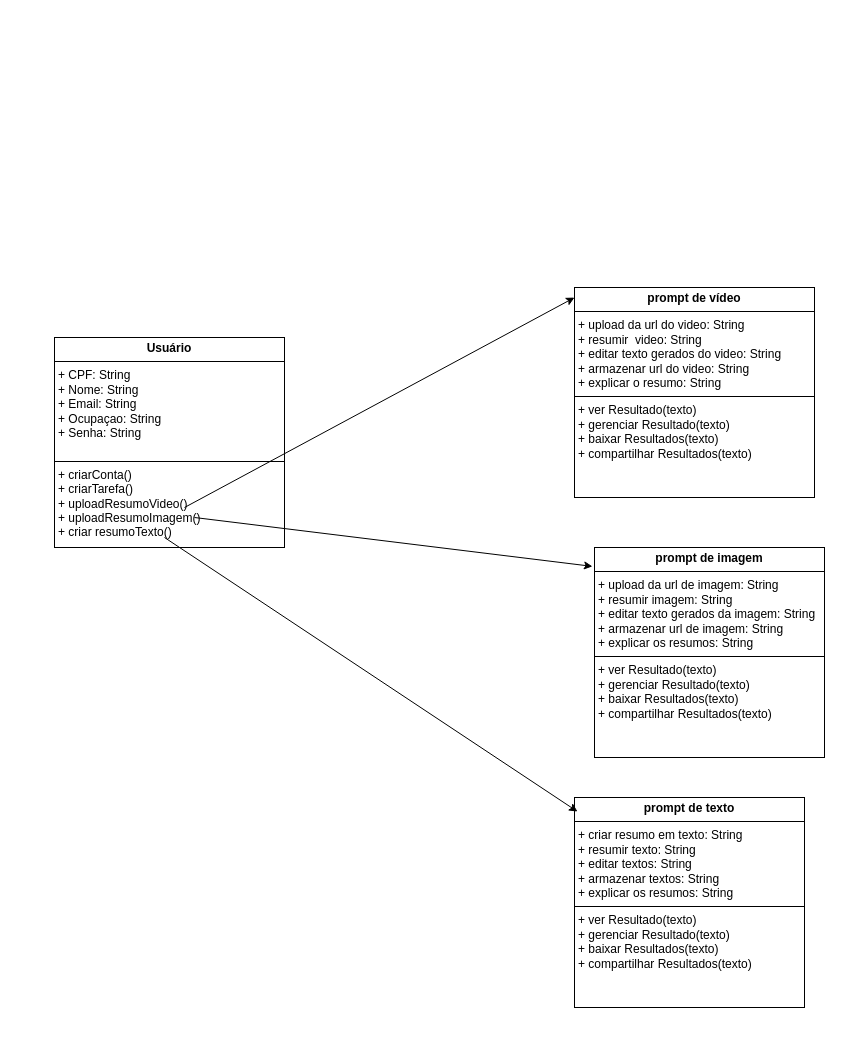
The draw.io diagram page "Classes" (5 of 6) of Diagrama sem nome.drawio in maqueto/fcwai, before the edit. Source tidied: cells renumbered, new cells numbered last; positions are measured from the earlier drawing's top-left corner, leaving out a move shared by most shapes. Both pictures are drawn from the tidied source at 100%, with x=0, y=0 at pixel (54, 287).
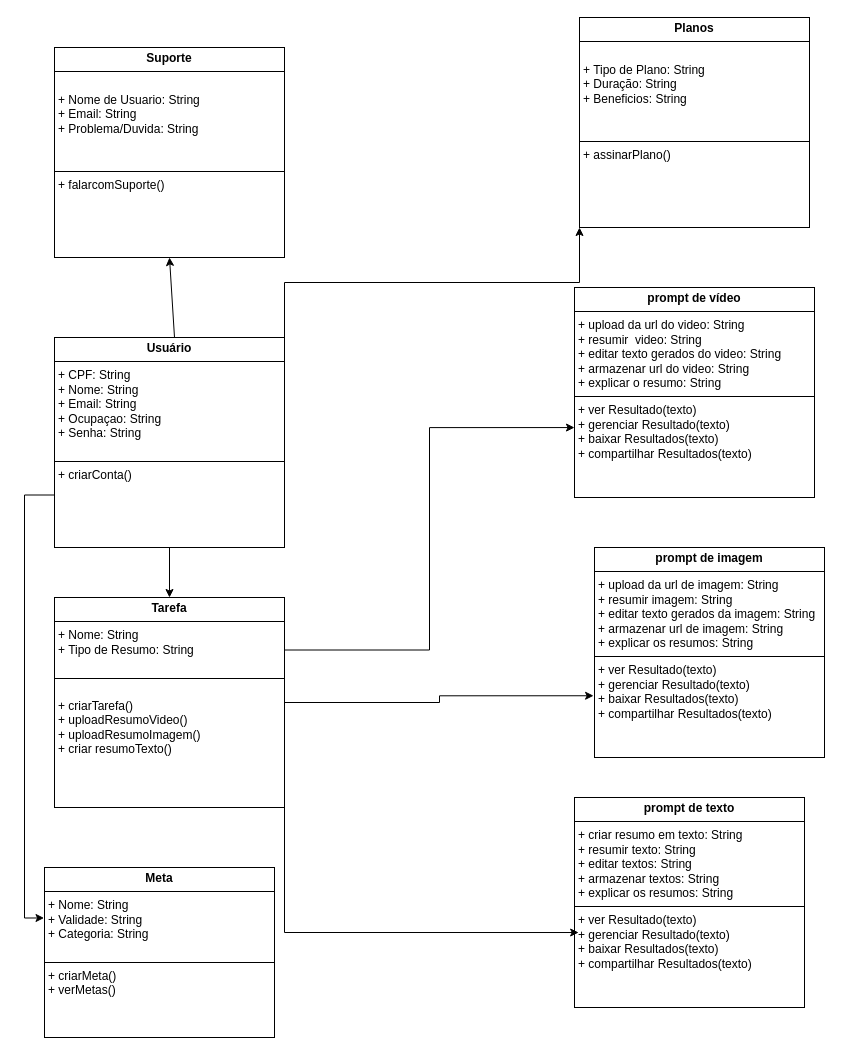
After the change.

Change to the diagram source:
```diff
@@
 <mxGraphModel>
   <root>
     <mxCell id="0" />
     <mxCell id="1" parent="0" />
     <mxCell id="2" value="&lt;p style=&quot;margin:0px;margin-top:4px;text-align:center;&quot;&gt;&lt;b&gt;prompt de texto&lt;/b&gt;&lt;/p&gt;&lt;hr size=&quot;1&quot; style=&quot;border-style:solid;&quot;&gt;&lt;p style=&quot;margin: 0px 0px 0px 4px;&quot;&gt;+ criar resumo em texto: String&lt;/p&gt;&lt;p style=&quot;margin: 0px 0px 0px 4px;&quot;&gt;+ resumir texto: String&lt;/p&gt;&lt;p style=&quot;margin: 0px 0px 0px 4px;&quot;&gt;+ editar textos: String&lt;/p&gt;&lt;p style=&quot;margin: 0px 0px 0px 4px;&quot;&gt;+ armazenar textos: String&lt;/p&gt;&lt;p style=&quot;margin: 0px 0px 0px 4px;&quot;&gt;+ explicar os resumos: String&lt;/p&gt;&lt;hr size=&quot;1&quot; style=&quot;border-style:solid;&quot;&gt;&lt;p style=&quot;margin: 0px 0px 0px 4px;&quot;&gt;+ ver Resultado(texto)&lt;br&gt;&lt;/p&gt;&lt;p style=&quot;margin: 0px 0px 0px 4px;&quot;&gt;+ gerenciar Resultado(texto)&lt;/p&gt;&lt;p style=&quot;margin: 0px 0px 0px 4px;&quot;&gt;+ baixar Resultados(texto)&lt;/p&gt;&lt;p style=&quot;margin: 0px 0px 0px 4px;&quot;&gt;+ compartilhar Resultados(texto)&lt;/p&gt;&lt;p style=&quot;margin: 0px 0px 0px 4px;&quot;&gt;&lt;br&gt;&lt;/p&gt;" style="verticalAlign=top;align=left;overflow=fill;html=1;whiteSpace=wrap;" parent="1" vertex="1">
       <mxGeometry x="520" y="510" width="230" height="210" as="geometry" />
     </mxCell>
+    <mxCell id="9" style="edgeStyle=orthogonalEdgeStyle;rounded=0;jettySize=auto;html=1;" parent="1" edge="1" source="3" target="11">
+      <mxGeometry relative="1" as="geometry" />
+    </mxCell>
+    <mxCell id="10" style="edgeStyle=orthogonalEdgeStyle;rounded=0;jettySize=auto;html=1;exitX=1;exitY=0;exitDx=0;exitDy=0;entryX=0;entryY=1;entryDx=0;entryDy=0;" parent="1" edge="1" source="3" target="19">
+      <mxGeometry relative="1" as="geometry" />
+    </mxCell>
-    <mxCell id="3" value="&lt;p style=&quot;margin:0px;margin-top:4px;text-align:center;&quot;&gt;&lt;b&gt;Usuário&lt;/b&gt;&lt;/p&gt;&lt;hr size=&quot;1&quot; style=&quot;border-style:solid;&quot;&gt;&lt;p style=&quot;margin:0px;margin-left:4px;&quot;&gt;+ CPF: String&lt;/p&gt;&lt;p style=&quot;margin:0px;margin-left:4px;&quot;&gt;+ Nome: String&lt;/p&gt;&lt;p style=&quot;margin:0px;margin-left:4px;&quot;&gt;+ Email: String&lt;/p&gt;&lt;p style=&quot;margin:0px;margin-left:4px;&quot;&gt;+ Ocupaçao: String&lt;/p&gt;&lt;p style=&quot;margin:0px;margin-left:4px;&quot;&gt;+ Senha: String&lt;/p&gt;&lt;p style=&quot;margin:0px;margin-left:4px;&quot;&gt;&lt;br&gt;&lt;/p&gt;&lt;hr size=&quot;1&quot; style=&quot;border-style:solid;&quot;&gt;&lt;p style=&quot;margin:0px;margin-left:4px;&quot;&gt;+ criarConta()&lt;/p&gt;&lt;p style=&quot;margin:0px;margin-left:4px;&quot;&gt;+ criarTarefa()&lt;/p&gt;&lt;p style=&quot;margin:0px;margin-left:4px;&quot;&gt;+ uploadResumoVideo()&lt;/p&gt;&lt;p style=&quot;margin:0px;margin-left:4px;&quot;&gt;+ uploadResumoImagem()&lt;/p&gt;&lt;p style=&quot;margin:0px;margin-left:4px;&quot;&gt;+ criar resumoTexto()&lt;/p&gt;" style="verticalAlign=top;align=left;overflow=fill;html=1;whiteSpace=wrap;" parent="1" vertex="1">
+    <mxCell id="3" value="&lt;p style=&quot;margin:0px;margin-top:4px;text-align:center;&quot;&gt;&lt;b&gt;Usuário&lt;/b&gt;&lt;/p&gt;&lt;hr size=&quot;1&quot; style=&quot;border-style:solid;&quot;&gt;&lt;p style=&quot;margin:0px;margin-left:4px;&quot;&gt;+ CPF: String&lt;/p&gt;&lt;p style=&quot;margin:0px;margin-left:4px;&quot;&gt;+ Nome: String&lt;/p&gt;&lt;p style=&quot;margin:0px;margin-left:4px;&quot;&gt;+ Email: String&lt;/p&gt;&lt;p style=&quot;margin:0px;margin-left:4px;&quot;&gt;+ Ocupaçao: String&lt;/p&gt;&lt;p style=&quot;margin:0px;margin-left:4px;&quot;&gt;+ Senha: String&lt;/p&gt;&lt;p style=&quot;margin:0px;margin-left:4px;&quot;&gt;&lt;br&gt;&lt;/p&gt;&lt;hr size=&quot;1&quot; style=&quot;border-style:solid;&quot;&gt;&lt;p style=&quot;margin:0px;margin-left:4px;&quot;&gt;+ criarConta()&lt;/p&gt;&lt;p style=&quot;margin:0px;margin-left:4px;&quot;&gt;&lt;br&gt;&lt;/p&gt;" style="verticalAlign=top;align=left;overflow=fill;html=1;whiteSpace=wrap;" parent="1" vertex="1">
       <mxGeometry y="50" width="230" height="210" as="geometry" />
     </mxCell>
     <mxCell id="4" value="&lt;p style=&quot;margin:0px;margin-top:4px;text-align:center;&quot;&gt;&lt;b&gt;prompt de imagem&lt;/b&gt;&lt;/p&gt;&lt;hr size=&quot;1&quot; style=&quot;border-style:solid;&quot;&gt;&lt;p style=&quot;margin: 0px 0px 0px 4px;&quot;&gt;+ upload da url de imagem: String&lt;/p&gt;&lt;p style=&quot;margin: 0px 0px 0px 4px;&quot;&gt;+ resumir imagem: String&lt;/p&gt;&lt;p style=&quot;margin: 0px 0px 0px 4px;&quot;&gt;+ editar texto gerados da imagem: String&lt;/p&gt;&lt;p style=&quot;margin: 0px 0px 0px 4px;&quot;&gt;+ armazenar url de imagem: String&lt;/p&gt;&lt;p style=&quot;margin: 0px 0px 0px 4px;&quot;&gt;+ explicar os resumos: String&lt;/p&gt;&lt;hr size=&quot;1&quot; style=&quot;border-style:solid;&quot;&gt;&lt;p style=&quot;margin: 0px 0px 0px 4px;&quot;&gt;+ ver Resultado(texto)&lt;br&gt;&lt;/p&gt;&lt;p style=&quot;margin: 0px 0px 0px 4px;&quot;&gt;+ gerenciar Resultado(texto)&lt;/p&gt;&lt;p style=&quot;margin: 0px 0px 0px 4px;&quot;&gt;+ baixar Resultados(texto)&lt;/p&gt;&lt;p style=&quot;margin: 0px 0px 0px 4px;&quot;&gt;+ compartilhar Resultados(texto)&lt;/p&gt;&lt;p style=&quot;margin: 0px 0px 0px 4px;&quot;&gt;&lt;br&gt;&lt;/p&gt;" style="verticalAlign=top;align=left;overflow=fill;html=1;whiteSpace=wrap;" parent="1" vertex="1">
       <mxGeometry x="540" y="260" width="230" height="210" as="geometry" />
     </mxCell>
     <mxCell id="5" value="&lt;p style=&quot;margin:0px;margin-top:4px;text-align:center;&quot;&gt;&lt;b&gt;prompt de vídeo&lt;/b&gt;&lt;/p&gt;&lt;hr size=&quot;1&quot; style=&quot;border-style:solid;&quot;&gt;&lt;p style=&quot;margin: 0px 0px 0px 4px;&quot;&gt;+ upload da url do video: String&lt;/p&gt;&lt;p style=&quot;margin: 0px 0px 0px 4px;&quot;&gt;+ resumir&amp;nbsp; video: String&lt;/p&gt;&lt;p style=&quot;margin: 0px 0px 0px 4px;&quot;&gt;+ editar texto gerados do video: String&lt;/p&gt;&lt;p style=&quot;margin: 0px 0px 0px 4px;&quot;&gt;+ armazenar url do video: String&lt;/p&gt;&lt;p style=&quot;margin: 0px 0px 0px 4px;&quot;&gt;+ explicar o resumo: String&lt;/p&gt;&lt;hr size=&quot;1&quot; style=&quot;border-style:solid;&quot;&gt;&lt;p style=&quot;margin: 0px 0px 0px 4px;&quot;&gt;+ ver Resultado(texto)&lt;br&gt;&lt;/p&gt;&lt;p style=&quot;margin: 0px 0px 0px 4px;&quot;&gt;+ gerenciar Resultado(texto)&lt;/p&gt;&lt;p style=&quot;margin: 0px 0px 0px 4px;&quot;&gt;+ baixar Resultados(texto)&lt;/p&gt;&lt;p style=&quot;margin: 0px 0px 0px 4px;&quot;&gt;+ compartilhar Resultados(texto)&lt;/p&gt;&lt;p style=&quot;margin: 0px 0px 0px 4px;&quot;&gt;&lt;br&gt;&lt;/p&gt;" style="verticalAlign=top;align=left;overflow=fill;html=1;whiteSpace=wrap;" parent="1" vertex="1">
       <mxGeometry x="520" width="240" height="210" as="geometry" />
     </mxCell>
-    <mxCell id="6" style="endArrow=classic;html=1;rounded=0;entryX=0;entryY=0.048;entryDx=0;entryDy=0;entryPerimeter=0;" parent="1" edge="1" target="5">
-      <mxGeometry relative="1" as="geometry">
-        <mxPoint x="130" y="220" as="sourcePoint" />
-      </mxGeometry>
-    </mxCell>
-    <mxCell id="7" style="endArrow=classic;html=1;rounded=0;entryX=-0.009;entryY=0.09;entryDx=0;entryDy=0;entryPerimeter=0;" parent="1" edge="1" target="4">
-      <mxGeometry relative="1" as="geometry">
-        <mxPoint x="140" y="230" as="sourcePoint" />
-      </mxGeometry>
-    </mxCell>
-    <mxCell id="8" style="endArrow=classic;html=1;rounded=0;entryX=0.013;entryY=0.067;entryDx=0;entryDy=0;entryPerimeter=0;" parent="1" edge="1" target="2">
-      <mxGeometry relative="1" as="geometry">
-        <mxPoint x="110" y="250" as="sourcePoint" />
-      </mxGeometry>
-    </mxCell>
+    <mxCell id="11" value="&lt;p style=&quot;margin:0px;margin-top:4px;text-align:center;&quot;&gt;&lt;b&gt;Tarefa&lt;/b&gt;&lt;/p&gt;&lt;hr size=&quot;1&quot; style=&quot;border-style:solid;&quot;&gt;&lt;p style=&quot;margin:0px;margin-left:4px;&quot;&gt;+ Nome: String&lt;/p&gt;&lt;p style=&quot;margin:0px;margin-left:4px;&quot;&gt;+ Tipo de Resumo: String&lt;/p&gt;&lt;p style=&quot;margin:0px;margin-left:4px;&quot;&gt;&lt;br&gt;&lt;/p&gt;&lt;hr size=&quot;1&quot; style=&quot;border-style:solid;&quot;&gt;&lt;p style=&quot;margin:0px;margin-left:4px;&quot;&gt;&lt;br&gt;&lt;/p&gt;&lt;p style=&quot;margin:0px;margin-left:4px;&quot;&gt;+ criarTarefa()&lt;/p&gt;&lt;p style=&quot;margin:0px;margin-left:4px;&quot;&gt;+ uploadResumoVideo()&lt;/p&gt;&lt;p style=&quot;margin:0px;margin-left:4px;&quot;&gt;+ uploadResumoImagem()&lt;/p&gt;&lt;p style=&quot;margin:0px;margin-left:4px;&quot;&gt;+ criar resumoTexto()&lt;/p&gt;" style="verticalAlign=top;align=left;overflow=fill;html=1;whiteSpace=wrap;" parent="1" vertex="1">
+      <mxGeometry y="310" width="230" height="210" as="geometry" />
+    </mxCell>
+    <mxCell id="12" style="edgeStyle=orthogonalEdgeStyle;rounded=0;jettySize=auto;html=1;exitX=1;exitY=0.25;exitDx=0;exitDy=0;entryX=0;entryY=0.667;entryDx=0;entryDy=0;entryPerimeter=0;" parent="1" edge="1" source="11" target="5">
+      <mxGeometry relative="1" as="geometry" />
+    </mxCell>
+    <mxCell id="13" style="edgeStyle=orthogonalEdgeStyle;rounded=0;jettySize=auto;html=1;exitX=1;exitY=0.5;exitDx=0;exitDy=0;entryX=-0.004;entryY=0.706;entryDx=0;entryDy=0;entryPerimeter=0;" parent="1" edge="1" source="11" target="4">
+      <mxGeometry relative="1" as="geometry" />
+    </mxCell>
+    <mxCell id="14" style="edgeStyle=orthogonalEdgeStyle;rounded=0;jettySize=auto;html=1;exitX=1;exitY=1;exitDx=0;exitDy=0;entryX=0.018;entryY=0.643;entryDx=0;entryDy=0;entryPerimeter=0;" parent="1" edge="1" source="11" target="2">
+      <mxGeometry relative="1" as="geometry" />
+    </mxCell>
+    <mxCell id="15" value="&lt;p style=&quot;margin:0px;margin-top:4px;text-align:center;&quot;&gt;&lt;b&gt;Meta&lt;/b&gt;&lt;/p&gt;&lt;hr size=&quot;1&quot; style=&quot;border-style:solid;&quot;&gt;&lt;p style=&quot;margin:0px;margin-left:4px;&quot;&gt;+ Nome: String&lt;/p&gt;&lt;p style=&quot;margin:0px;margin-left:4px;&quot;&gt;+ Validade: String&lt;/p&gt;&lt;p style=&quot;margin:0px;margin-left:4px;&quot;&gt;+ Categoria: String&lt;/p&gt;&lt;p style=&quot;margin:0px;margin-left:4px;&quot;&gt;&lt;br&gt;&lt;/p&gt;&lt;hr size=&quot;1&quot; style=&quot;border-style:solid;&quot;&gt;&lt;p style=&quot;margin:0px;margin-left:4px;&quot;&gt;+ criarMeta()&lt;/p&gt;&lt;p style=&quot;margin:0px;margin-left:4px;&quot;&gt;+ verMetas()&lt;/p&gt;" style="verticalAlign=top;align=left;overflow=fill;html=1;whiteSpace=wrap;" parent="1" vertex="1">
+      <mxGeometry x="-10" y="580" width="230" height="170" as="geometry" />
+    </mxCell>
+    <mxCell id="16" value="&lt;p style=&quot;margin:0px;margin-top:4px;text-align:center;&quot;&gt;&lt;b&gt;Suporte&lt;/b&gt;&lt;/p&gt;&lt;hr size=&quot;1&quot; style=&quot;border-style:solid;&quot;&gt;&lt;p style=&quot;margin:0px;margin-left:4px;&quot;&gt;&lt;br&gt;&lt;/p&gt;&lt;p style=&quot;margin:0px;margin-left:4px;&quot;&gt;+ Nome de Usuario: String&lt;/p&gt;&lt;p style=&quot;margin:0px;margin-left:4px;&quot;&gt;+ Email: String&lt;/p&gt;&lt;p style=&quot;margin:0px;margin-left:4px;&quot;&gt;+ Problema/Duvida: String&lt;/p&gt;&lt;p style=&quot;margin:0px;margin-left:4px;&quot;&gt;&lt;br&gt;&lt;/p&gt;&lt;p style=&quot;margin:0px;margin-left:4px;&quot;&gt;&lt;br&gt;&lt;/p&gt;&lt;hr size=&quot;1&quot; style=&quot;border-style:solid;&quot;&gt;&lt;p style=&quot;margin:0px;margin-left:4px;&quot;&gt;+ falarcomSuporte()&lt;/p&gt;&lt;p style=&quot;margin:0px;margin-left:4px;&quot;&gt;&lt;br&gt;&lt;/p&gt;" style="verticalAlign=top;align=left;overflow=fill;html=1;whiteSpace=wrap;" parent="1" vertex="1">
+      <mxGeometry y="-240" width="230" height="210" as="geometry" />
+    </mxCell>
+    <mxCell id="17" style="endArrow=classic;html=1;rounded=0;entryX=0.5;entryY=1;entryDx=0;entryDy=0;" parent="1" edge="1" target="16">
+      <mxGeometry relative="1" as="geometry">
+        <mxPoint x="120" y="50" as="sourcePoint" />
+      </mxGeometry>
+    </mxCell>
+    <mxCell id="18" style="edgeStyle=orthogonalEdgeStyle;rounded=0;jettySize=auto;html=1;exitX=0;exitY=0.75;exitDx=0;exitDy=0;entryX=-0.002;entryY=0.297;entryDx=0;entryDy=0;entryPerimeter=0;" parent="1" edge="1" source="3" target="15">
+      <mxGeometry relative="1" as="geometry" />
+    </mxCell>
+    <mxCell id="19" value="&lt;p style=&quot;margin:0px;margin-top:4px;text-align:center;&quot;&gt;&lt;b&gt;Planos&lt;/b&gt;&lt;/p&gt;&lt;hr size=&quot;1&quot; style=&quot;border-style:solid;&quot;&gt;&lt;p style=&quot;margin:0px;margin-left:4px;&quot;&gt;&lt;br&gt;&lt;/p&gt;&lt;p style=&quot;margin:0px;margin-left:4px;&quot;&gt;+ Tipo de Plano: String&lt;/p&gt;&lt;p style=&quot;margin:0px;margin-left:4px;&quot;&gt;+ Duração: String&lt;/p&gt;&lt;p style=&quot;margin:0px;margin-left:4px;&quot;&gt;+ Beneficios: String&lt;/p&gt;&lt;p style=&quot;margin:0px;margin-left:4px;&quot;&gt;&lt;br&gt;&lt;/p&gt;&lt;p style=&quot;margin:0px;margin-left:4px;&quot;&gt;&lt;br&gt;&lt;/p&gt;&lt;hr size=&quot;1&quot; style=&quot;border-style:solid;&quot;&gt;&lt;p style=&quot;margin:0px;margin-left:4px;&quot;&gt;+ assinarPlano()&lt;/p&gt;&lt;p style=&quot;margin:0px;margin-left:4px;&quot;&gt;&lt;br&gt;&lt;/p&gt;" style="verticalAlign=top;align=left;overflow=fill;html=1;whiteSpace=wrap;" parent="1" vertex="1">
+      <mxGeometry x="525" y="-270" width="230" height="210" as="geometry" />
+    </mxCell>
   </root>
 </mxGraphModel>
```
